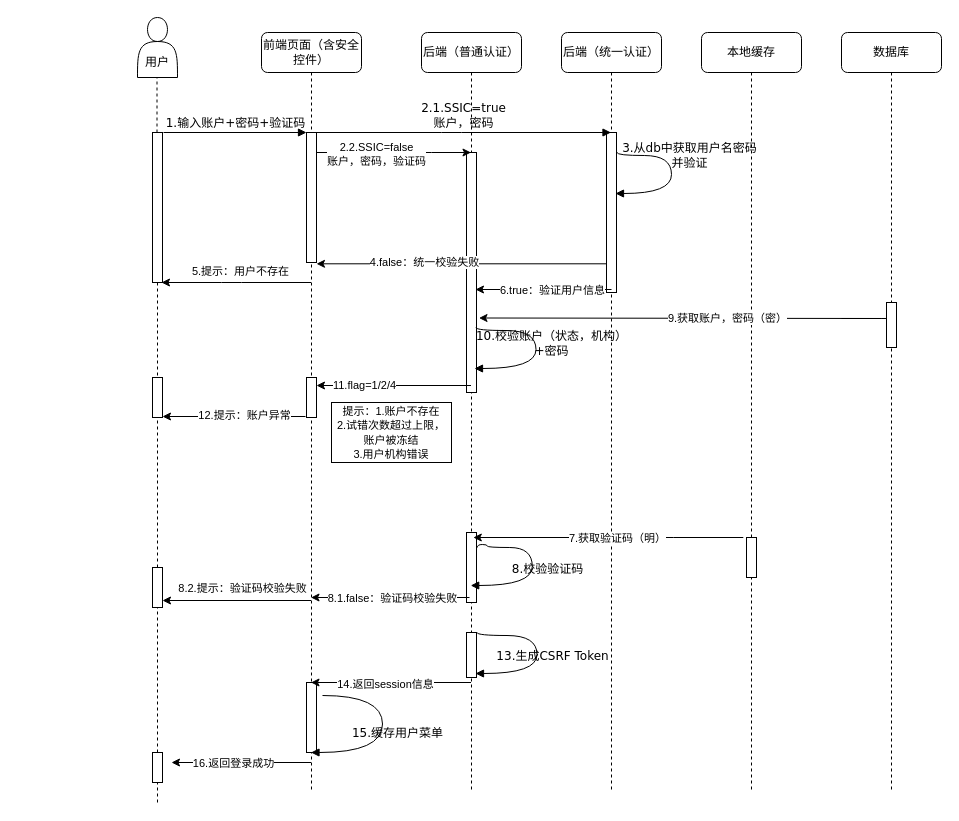
The draw.io diagram Untitled Diagram.drawio in qianxiaomai0316/TortoiseGitTest, before the edit. Source tidied: cells renumbered, new cells numbered last; positions are measured from the earlier drawing's top-left corner, leaving out a move shared by most shapes. Both pictures are drawn from the tidied source at 100%, with x=0, y=0 at pixel (137, 17).
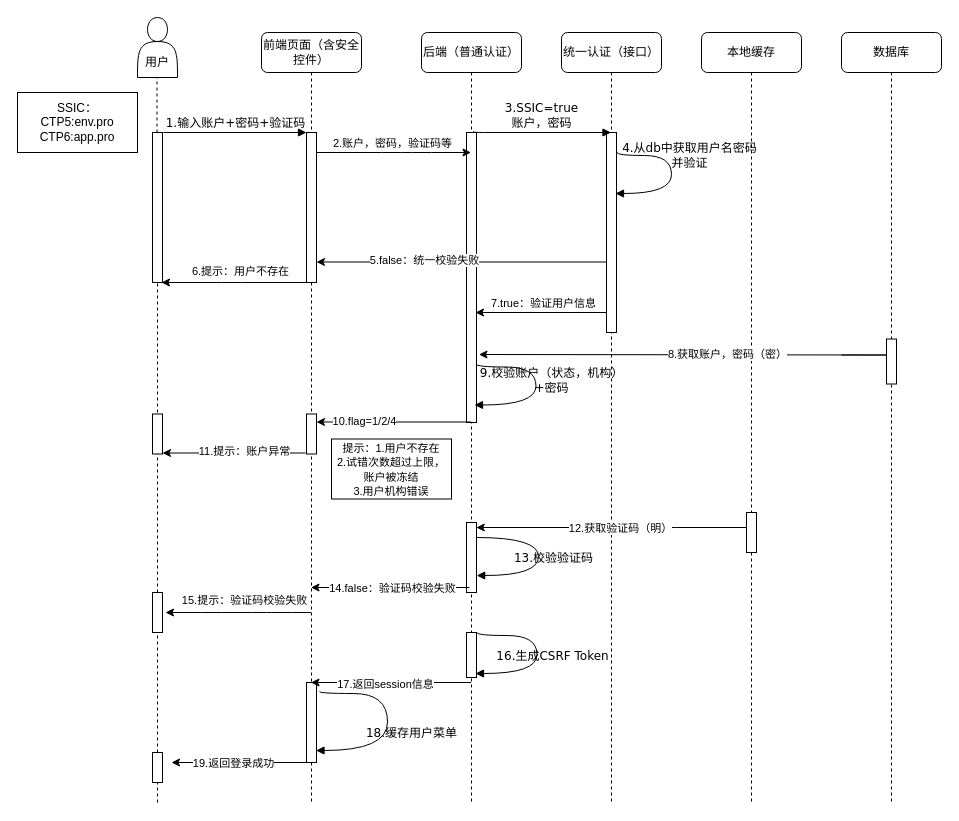
Above is the later version.

Unchanged cells that the change refers to:
```xml
<mxCell id="20" style="endArrow=classic;html=1;strokeColor=#000000;" parent="1" edge="1" source="3" target="6">
  <mxGeometry relative="1" as="geometry">
    <Array as="points">
      <mxPoint x="254" y="135" />
      <mxPoint x="284" y="135" />
    </Array>
  </mxGeometry>
</mxCell>
<mxCell id="24" style="endArrow=classic;html=1;strokeColor=#000000;" parent="1" edge="1" source="2">
  <mxGeometry relative="1" as="geometry">
    <mxPoint x="24" y="265" as="targetPoint" />
    <Array as="points">
      <mxPoint x="94" y="265" />
    </Array>
  </mxGeometry>
</mxCell>
<mxCell id="43" style="endArrow=classic;html=1;strokeColor=#000000;exitX=-0.1;exitY=0.975;exitDx=0;exitDy=0;exitPerimeter=0;" parent="1" edge="1" source="4" target="42">
  <mxGeometry relative="1" as="geometry" />
</mxCell>
<mxCell id="47" style="endArrow=classic;html=1;strokeColor=#000000;" parent="1" edge="1">
  <mxGeometry relative="1" as="geometry">
    <mxPoint x="333.5" y="665" as="sourcePoint" />
    <mxPoint x="173.5" y="665" as="targetPoint" />
    <Array as="points">
      <mxPoint x="214" y="665" />
    </Array>
  </mxGeometry>
</mxCell>
<mxCell id="52" style="endArrow=classic;html=1;strokeColor=#000000;" parent="1" edge="1">
  <mxGeometry relative="1" as="geometry">
    <mxPoint x="173.5" y="745" as="sourcePoint" />
    <mxPoint x="34" y="745" as="targetPoint" />
    <Array as="points">
      <mxPoint x="124" y="745" />
    </Array>
  </mxGeometry>
</mxCell>
```

The edit, as a diff of the source:
```diff
@@
     <mxCell id="2" value="前端页面（含安全控件）" style="shape=umlLifeline;perimeter=lifelinePerimeter;whiteSpace=wrap;html=1;outlineConnect=0;rounded=1;shadow=0;comic=0;labelBackgroundColor=none;strokeWidth=1;fontFamily=Verdana;fontSize=12;align=center;" parent="1" vertex="1">
-      <mxGeometry x="124" y="15" width="100" height="760" as="geometry" />
+      <mxGeometry x="124" y="15" width="100" height="770" as="geometry" />
     </mxCell>
     <mxCell id="3" style="html=1;points=[];perimeter=orthogonalPerimeter;rounded=0;shadow=0;comic=0;labelBackgroundColor=none;strokeWidth=1;fontFamily=Verdana;fontSize=12;align=center;" parent="2" vertex="1">
-      <mxGeometry x="45" y="100" width="10" height="130" as="geometry" />
+      <mxGeometry x="45" y="100" width="10" height="150" as="geometry" />
     </mxCell>
     <mxCell id="4" style="html=1;points=[];perimeter=orthogonalPerimeter;rounded=0;shadow=0;comic=0;labelBackgroundColor=none;strokeWidth=1;fontFamily=Verdana;fontSize=12;align=center;" parent="2" vertex="1">
-      <mxGeometry x="45" y="345" width="10" height="40" as="geometry" />
+      <mxGeometry x="45" y="381.5" width="10" height="40" as="geometry" />
     </mxCell>
     <mxCell id="5" style="html=1;points=[];perimeter=orthogonalPerimeter;rounded=0;shadow=0;comic=0;labelBackgroundColor=none;strokeWidth=1;fontFamily=Verdana;fontSize=12;align=center;" parent="2" vertex="1">
-      <mxGeometry x="45" y="650" width="10" height="70" as="geometry" />
+      <mxGeometry x="45" y="650" width="10" height="80" as="geometry" />
     </mxCell>
     <mxCell id="6" value="后端（普通认证）" style="shape=umlLifeline;perimeter=lifelinePerimeter;whiteSpace=wrap;html=1;outlineConnect=0;rounded=1;shadow=0;comic=0;labelBackgroundColor=none;strokeWidth=1;fontFamily=Verdana;fontSize=12;align=center;" parent="1" vertex="1">
-      <mxGeometry x="284" y="15" width="100" height="760" as="geometry" />
+      <mxGeometry x="284" y="15" width="100" height="770" as="geometry" />
     </mxCell>
     <mxCell id="7" style="html=1;points=[];perimeter=orthogonalPerimeter;rounded=0;shadow=0;comic=0;labelBackgroundColor=none;strokeWidth=1;fontFamily=Verdana;fontSize=12;align=center;" parent="6" vertex="1">
-      <mxGeometry x="45" y="120" width="10" height="240" as="geometry" />
+      <mxGeometry x="45" y="100" width="10" height="290" as="geometry" />
     </mxCell>
@@
     <mxCell id="9" style="html=1;perimeter=orthogonalPerimeter;rounded=0;shadow=0;comic=0;labelBackgroundColor=none;strokeWidth=1;fontFamily=Verdana;fontSize=12;align=center;" parent="6" vertex="1">
-      <mxGeometry x="45" y="500" width="10" height="70" as="geometry" />
+      <mxGeometry x="45" y="490" width="10" height="70" as="geometry" />
     </mxCell>
-    <mxCell id="10" value="后端（统一认证）" style="shape=umlLifeline;perimeter=lifelinePerimeter;whiteSpace=wrap;html=1;outlineConnect=0;rounded=1;shadow=0;comic=0;labelBackgroundColor=none;strokeWidth=1;fontFamily=Verdana;fontSize=12;align=center;" parent="1" vertex="1">
-      <mxGeometry x="424" y="15" width="100" height="760" as="geometry" />
+    <mxCell id="10" value="统一认证（接口）" style="shape=umlLifeline;perimeter=lifelinePerimeter;whiteSpace=wrap;html=1;outlineConnect=0;rounded=1;shadow=0;comic=0;labelBackgroundColor=none;strokeWidth=1;fontFamily=Verdana;fontSize=12;align=center;" parent="1" vertex="1">
+      <mxGeometry x="424" y="15" width="100" height="770" as="geometry" />
     </mxCell>
     <mxCell id="11" style="html=1;points=[];perimeter=orthogonalPerimeter;rounded=0;shadow=0;comic=0;labelBackgroundColor=none;strokeWidth=1;fontFamily=Verdana;fontSize=12;align=center;" parent="10" vertex="1">
-      <mxGeometry x="45" y="100" width="10" height="160" as="geometry" />
+      <mxGeometry x="45" y="100" width="10" height="200" as="geometry" />
     </mxCell>
     <mxCell id="12" value="本地缓存" style="shape=umlLifeline;perimeter=lifelinePerimeter;whiteSpace=wrap;html=1;rounded=1;shadow=0;comic=0;labelBackgroundColor=none;strokeWidth=1;fontFamily=Verdana;fontSize=12;align=center;" parent="1" vertex="1">
-      <mxGeometry x="564" y="15" width="100" height="760" as="geometry" />
+      <mxGeometry x="564" y="15" width="100" height="770" as="geometry" />
     </mxCell>
     <mxCell id="13" style="html=1;perimeter=orthogonalPerimeter;rounded=0;shadow=0;comic=0;labelBackgroundColor=none;strokeWidth=1;fontFamily=Verdana;fontSize=12;align=center;" parent="12" vertex="1">
-      <mxGeometry x="45" y="505" width="10" height="40" as="geometry" />
+      <mxGeometry x="45" y="480" width="10" height="40" as="geometry" />
     </mxCell>
     <mxCell id="14" value="数据库" style="shape=umlLifeline;perimeter=lifelinePerimeter;whiteSpace=wrap;html=1;rounded=1;shadow=0;comic=0;labelBackgroundColor=none;strokeWidth=1;fontFamily=Verdana;fontSize=12;align=center;" parent="1" vertex="1">
-      <mxGeometry x="704" y="15" width="100" height="760" as="geometry" />
+      <mxGeometry x="704" y="15" width="100" height="770" as="geometry" />
     </mxCell>
     <mxCell id="15" style="html=1;perimeter=orthogonalPerimeter;rounded=0;shadow=0;comic=0;labelBackgroundColor=none;strokeWidth=1;fontFamily=Verdana;fontSize=12;align=center;" parent="14" vertex="1">
-      <mxGeometry x="45" y="270" width="10" height="45" as="geometry" />
+      <mxGeometry x="45" y="306.5" width="10" height="45" as="geometry" />
     </mxCell>
@@
-    <mxCell id="17" value="2.1.SSIC=true&lt;br&gt;账户，密码" style="html=1;verticalAlign=bottom;endArrow=block;labelBackgroundColor=none;fontFamily=Verdana;fontSize=12;edgeStyle=elbowEdgeStyle;elbow=vertical;" parent="1" edge="1" source="3" target="10">
+    <mxCell id="17" value="3.SSIC=true&lt;br&gt;账户，密码" style="html=1;verticalAlign=bottom;endArrow=block;labelBackgroundColor=none;fontFamily=Verdana;fontSize=12;edgeStyle=elbowEdgeStyle;elbow=vertical;exitX=0.7;exitY=-0.004;exitDx=0;exitDy=0;exitPerimeter=0;" parent="1" edge="1" source="7" target="10">
       <mxGeometry relative="1" as="geometry">
         <Array as="points">
-          <mxPoint x="314" y="115" />
           <mxPoint x="444" y="115" />
         </Array>
       </mxGeometry>
     </mxCell>
@@
-    <mxCell id="21" value="2.2.SSIC=false&lt;br&gt;账户，密码，验证码" style="edgeLabel;html=1;align=center;verticalAlign=middle;" parent="20" vertex="1">
-      <mxGeometry x="-0.24" y="-1" relative="1" as="geometry" />
+    <mxCell id="21" value="2.账户，密码，验证码等" style="edgeLabel;html=1;align=center;verticalAlign=middle;" parent="20" vertex="1">
+      <mxGeometry x="-0.24" y="-1" relative="1" as="geometry">
+        <mxPoint x="16" y="-11" as="offset" />
+      </mxGeometry>
     </mxCell>
-    <mxCell id="22" style="endArrow=classic;html=1;strokeColor=#000000;entryX=1;entryY=1.01;entryDx=0;entryDy=0;entryPerimeter=0;" parent="1" edge="1" source="11" target="3">
-      <mxGeometry relative="1" as="geometry" />
+    <mxCell id="22" style="endArrow=classic;html=1;strokeColor=#000000;entryX=1;entryY=1.01;entryDx=0;entryDy=0;entryPerimeter=0;" parent="1" edge="1">
+      <mxGeometry relative="1" as="geometry">
+        <mxPoint x="469" y="244.5" as="sourcePoint" />
+        <mxPoint x="179" y="244.5" as="targetPoint" />
+      </mxGeometry>
     </mxCell>
-    <mxCell id="23" value="4.false：统一校验失败" style="edgeLabel;html=1;align=center;verticalAlign=middle;" parent="22" vertex="1">
+    <mxCell id="23" value="5.false：统一校验失败" style="edgeLabel;html=1;align=center;verticalAlign=middle;" parent="22" vertex="1">
       <mxGeometry x="0.26" y="-2" relative="1" as="geometry" />
     </mxCell>
@@
-    <mxCell id="25" value="5.提示：用户不存在" style="edgeLabel;html=1;align=center;verticalAlign=middle;" parent="24" vertex="1">
+    <mxCell id="25" value="6.提示：用户不存在" style="edgeLabel;html=1;align=center;verticalAlign=middle;" parent="24" vertex="1">
       <mxGeometry x="-0.05" y="2" relative="1" as="geometry">
         <mxPoint y="-14" as="offset" />
       </mxGeometry>
     </mxCell>
@@
     <mxCell id="28" style="endArrow=classic;html=1;strokeColor=#000000;exitX=0.5;exitY=0.25;exitDx=0;exitDy=0;exitPerimeter=0;" parent="1" edge="1">
       <mxGeometry relative="1" as="geometry">
-        <mxPoint x="605.8" y="520" as="sourcePoint" />
-        <mxPoint x="335.8" y="520" as="targetPoint" />
+        <mxPoint x="608.8" y="510" as="sourcePoint" />
+        <mxPoint x="338.8" y="510" as="targetPoint" />
         <Array as="points">
-          <mxPoint x="525.8" y="520" />
+          <mxPoint x="528.8" y="510" />
         </Array>
       </mxGeometry>
     </mxCell>
-    <mxCell id="29" value="7.获取验证码（明）" style="edgeLabel;html=1;align=center;verticalAlign=middle;" parent="28" vertex="1">
+    <mxCell id="29" value="12.获取验证码（明）" style="edgeLabel;html=1;align=center;verticalAlign=middle;" parent="28" vertex="1">
       <mxGeometry x="0.7" y="-1" relative="1" as="geometry">
         <mxPoint x="103" y="1" as="offset" />
       </mxGeometry>
     </mxCell>
     <mxCell id="30" style="endArrow=classic;html=1;strokeColor=#000000;" parent="1" edge="1">
       <mxGeometry relative="1" as="geometry">
-        <mxPoint x="704" y="301" as="sourcePoint" />
-        <mxPoint x="341.5" y="300.5" as="targetPoint" />
+        <mxPoint x="704" y="337.5" as="sourcePoint" />
+        <mxPoint x="341.5" y="337" as="targetPoint" />
         <Array as="points">
-          <mxPoint x="754" y="301" />
+          <mxPoint x="754" y="337.5" />
         </Array>
       </mxGeometry>
     </mxCell>
-    <mxCell id="31" value="9.获取账户，密码（密）" style="edgeLabel;html=1;align=center;verticalAlign=middle;" parent="30" vertex="1">
+    <mxCell id="31" value="8.获取账户，密码（密）" style="edgeLabel;html=1;align=center;verticalAlign=middle;" parent="30" vertex="1">
       <mxGeometry x="0.48" y="1" relative="1" as="geometry">
         <mxPoint x="128" y="-1.6" as="offset" />
       </mxGeometry>
     </mxCell>
-    <mxCell id="32" value="8.校验验证码" style="html=1;verticalAlign=bottom;endArrow=block;labelBackgroundColor=none;fontFamily=Verdana;fontSize=12;elbow=vertical;edgeStyle=orthogonalEdgeStyle;curved=1;" parent="1" edge="1">
+    <mxCell id="32" value="13.校验验证码" style="html=1;verticalAlign=bottom;endArrow=block;labelBackgroundColor=none;fontFamily=Verdana;fontSize=12;elbow=vertical;edgeStyle=orthogonalEdgeStyle;curved=1;" parent="1" edge="1">
       <mxGeometry x="0.14" y="15" relative="1" as="geometry">
-        <mxPoint x="339.8" y="530" as="sourcePoint" />
-        <mxPoint x="333.2" y="568" as="targetPoint" />
+        <mxPoint x="339" y="520" as="sourcePoint" />
+        <mxPoint x="339.2" y="558" as="targetPoint" />
         <Array as="points">
-          <mxPoint x="349.8" y="527" />
-          <mxPoint x="349.8" y="530" />
-          <mxPoint x="394.8" y="530" />
-          <mxPoint x="394.8" y="568" />
+          <mxPoint x="401" y="520" />
+          <mxPoint x="401" y="558" />
         </Array>
       </mxGeometry>
     </mxCell>
     <mxCell id="33" style="endArrow=classic;html=1;strokeColor=#000000;exitX=0.3;exitY=0.995;exitDx=0;exitDy=0;exitPerimeter=0;" parent="1" edge="1">
       <mxGeometry relative="1" as="geometry">
-        <mxPoint x="332" y="580" as="sourcePoint" />
-        <mxPoint x="173.5" y="580" as="targetPoint" />
+        <mxPoint x="332" y="570" as="sourcePoint" />
+        <mxPoint x="173.5" y="570" as="targetPoint" />
       </mxGeometry>
     </mxCell>
-    <mxCell id="34" value="8.1.false：验证码校验失败" style="edgeLabel;html=1;align=center;verticalAlign=middle;" parent="33" vertex="1">
+    <mxCell id="34" value="14.false：验证码校验失败" style="edgeLabel;html=1;align=center;verticalAlign=middle;" parent="33" vertex="1">
       <mxGeometry x="0.6" y="-1" relative="1" as="geometry">
         <mxPoint x="49" y="1" as="offset" />
       </mxGeometry>
     </mxCell>
     <mxCell id="35" style="html=1;points=[];perimeter=orthogonalPerimeter;rounded=0;shadow=0;comic=0;labelBackgroundColor=none;strokeWidth=1;fontFamily=Verdana;fontSize=12;align=center;" parent="1" vertex="1">
-      <mxGeometry x="15" y="550" width="10" height="40" as="geometry" />
+      <mxGeometry x="15" y="575" width="10" height="40" as="geometry" />
     </mxCell>
@@
-    <mxCell id="37" style="endArrow=classic;html=1;strokeColor=#000000;entryX=1;entryY=0.825;entryDx=0;entryDy=0;entryPerimeter=0;" parent="1" edge="1" target="35">
+    <mxCell id="37" style="endArrow=classic;html=1;strokeColor=#000000;" parent="1" edge="1">
       <mxGeometry relative="1" as="geometry">
-        <mxPoint x="173.5" y="583" as="sourcePoint" />
+        <mxPoint x="173.5" y="595" as="sourcePoint" />
+        <mxPoint x="28" y="595" as="targetPoint" />
+        <Array as="points">
+          <mxPoint x="144" y="595" />
+          <mxPoint x="124" y="595" />
+          <mxPoint x="74" y="595" />
+        </Array>
       </mxGeometry>
     </mxCell>
-    <mxCell id="38" value="8.2.提示：验证码校验失败" style="edgeLabel;html=1;align=center;verticalAlign=middle;" parent="37" vertex="1">
+    <mxCell id="38" value="15.提示：验证码校验失败" style="edgeLabel;html=1;align=center;verticalAlign=middle;" parent="37" vertex="1">
       <mxGeometry x="0.3" y="1" relative="1" as="geometry">
         <mxPoint x="27.5" y="-14" as="offset" />
       </mxGeometry>
     </mxCell>
-    <mxCell id="39" value="10.校验账户（状态，机构）&lt;br&gt;+密码" style="html=1;verticalAlign=bottom;endArrow=block;labelBackgroundColor=none;fontFamily=Verdana;fontSize=12;elbow=vertical;edgeStyle=orthogonalEdgeStyle;curved=1;exitX=1;exitY=0.685;exitDx=0;exitDy=0;exitPerimeter=0;" parent="1" edge="1">
+    <mxCell id="39" value="9.校验账户（状态，机构）&lt;br&gt;+密码" style="html=1;verticalAlign=bottom;endArrow=block;labelBackgroundColor=none;fontFamily=Verdana;fontSize=12;elbow=vertical;edgeStyle=orthogonalEdgeStyle;curved=1;exitX=1;exitY=0.685;exitDx=0;exitDy=0;exitPerimeter=0;" parent="1" edge="1">
       <mxGeometry x="0.14" y="15" relative="1" as="geometry">
-        <mxPoint x="338.5" y="310" as="sourcePoint" />
-        <mxPoint x="337" y="351" as="targetPoint" />
+        <mxPoint x="338.5" y="346.5" as="sourcePoint" />
+        <mxPoint x="337" y="387.5" as="targetPoint" />
         <Array as="points">
-          <mxPoint x="338.5" y="313" />
-          <mxPoint x="398.5" y="313" />
-          <mxPoint x="398.5" y="351" />
+          <mxPoint x="338.5" y="349.5" />
+          <mxPoint x="398.5" y="349.5" />
+          <mxPoint x="398.5" y="387.5" />
         </Array>
       </mxGeometry>
     </mxCell>
     <mxCell id="40" style="endArrow=classic;html=1;strokeColor=#000000;" parent="1" edge="1">
       <mxGeometry relative="1" as="geometry">
-        <mxPoint x="333.5" y="368" as="sourcePoint" />
-        <mxPoint x="179" y="368" as="targetPoint" />
+        <mxPoint x="333.5" y="404.5" as="sourcePoint" />
+        <mxPoint x="179" y="404.5" as="targetPoint" />
       </mxGeometry>
     </mxCell>
-    <mxCell id="41" value="11.flag=1/2/4" style="edgeLabel;html=1;align=center;verticalAlign=middle;" parent="40" vertex="1">
+    <mxCell id="41" value="10.flag=1/2/4" style="edgeLabel;html=1;align=center;verticalAlign=middle;" parent="40" vertex="1">
       <mxGeometry x="0.38" y="-1" relative="1" as="geometry" />
     </mxCell>
     <mxCell id="42" style="html=1;points=[];perimeter=orthogonalPerimeter;rounded=0;shadow=0;comic=0;labelBackgroundColor=none;strokeWidth=1;fontFamily=Verdana;fontSize=12;align=center;" parent="1" vertex="1">
-      <mxGeometry x="15" y="360" width="10" height="40" as="geometry" />
+      <mxGeometry x="15" y="396.5" width="10" height="40" as="geometry" />
     </mxCell>
@@
-    <mxCell id="44" value="12.提示：账户异常" style="edgeLabel;html=1;align=center;verticalAlign=middle;" parent="43" vertex="1">
+    <mxCell id="44" value="11.提示：账户异常" style="edgeLabel;html=1;align=center;verticalAlign=middle;" parent="43" vertex="1">
       <mxGeometry x="-0.13" y="-2" relative="1" as="geometry" />
     </mxCell>
-    <mxCell id="45" value="&lt;span style=&quot;font-size: 11px ; background-color: rgb(255 , 255 , 255)&quot;&gt;提示：1.账户不存在&lt;/span&gt;&lt;br style=&quot;font-size: 11px&quot;&gt;&lt;span style=&quot;font-size: 11px ; background-color: rgb(255 , 255 , 255)&quot;&gt;2.试错次数超过上限，账户被冻结&lt;br&gt;&lt;/span&gt;&lt;span style=&quot;font-size: 11px ; background-color: rgb(255 , 255 , 255)&quot;&gt;3.用户机构错误&lt;/span&gt;" style="whiteSpace=wrap;html=1;" parent="1" vertex="1">
-      <mxGeometry x="194" y="385" width="120" height="60" as="geometry" />
+    <mxCell id="45" value="&lt;span style=&quot;font-size: 11px ; background-color: rgb(255 , 255 , 255)&quot;&gt;提示：1.用户不存在&lt;/span&gt;&lt;br style=&quot;font-size: 11px&quot;&gt;&lt;span style=&quot;font-size: 11px ; background-color: rgb(255 , 255 , 255)&quot;&gt;2.试错次数超过上限，账户被冻结&lt;br&gt;&lt;/span&gt;&lt;span style=&quot;font-size: 11px ; background-color: rgb(255 , 255 , 255)&quot;&gt;3.用户机构错误&lt;/span&gt;" style="whiteSpace=wrap;html=1;" parent="1" vertex="1">
+      <mxGeometry x="194" y="421.5" width="120" height="60" as="geometry" />
     </mxCell>
-    <mxCell id="46" value="13.生成CSRF Token" style="html=1;verticalAlign=bottom;endArrow=block;labelBackgroundColor=none;fontFamily=Verdana;fontSize=12;elbow=vertical;edgeStyle=orthogonalEdgeStyle;curved=1;exitX=1;exitY=0.685;exitDx=0;exitDy=0;exitPerimeter=0;" parent="1" edge="1">
+    <mxCell id="46" value="16.生成CSRF Token" style="html=1;verticalAlign=bottom;endArrow=block;labelBackgroundColor=none;fontFamily=Verdana;fontSize=12;elbow=vertical;edgeStyle=orthogonalEdgeStyle;curved=1;exitX=1;exitY=0.685;exitDx=0;exitDy=0;exitPerimeter=0;" parent="1" edge="1">
       <mxGeometry x="0.14" y="15" relative="1" as="geometry">
         <mxPoint x="339.5" y="615" as="sourcePoint" />
         <mxPoint x="338" y="656" as="targetPoint" />
         <Array as="points">
           <mxPoint x="339.5" y="618" />
           <mxPoint x="399.5" y="618" />
           <mxPoint x="399.5" y="656" />
         </Array>
       </mxGeometry>
     </mxCell>
@@
-    <mxCell id="48" value="14.返回session信息" style="edgeLabel;html=1;align=center;verticalAlign=middle;" parent="47" vertex="1">
+    <mxCell id="48" value="17.返回session信息" style="edgeLabel;html=1;align=center;verticalAlign=middle;" parent="47" vertex="1">
       <mxGeometry x="0.09" y="1" relative="1" as="geometry">
         <mxPoint x="1" as="offset" />
       </mxGeometry>
     </mxCell>
-    <mxCell id="49" value="15.缓存用户菜单" style="html=1;verticalAlign=bottom;endArrow=block;labelBackgroundColor=none;fontFamily=Verdana;fontSize=12;elbow=vertical;edgeStyle=orthogonalEdgeStyle;curved=1;" parent="1" edge="1">
-      <mxGeometry x="0.14" y="15" relative="1" as="geometry">
-        <mxPoint x="185" y="678" as="sourcePoint" />
-        <mxPoint x="173.5" y="735" as="targetPoint" />
+    <mxCell id="49" value="18.缓存用户菜单" style="html=1;verticalAlign=bottom;endArrow=block;labelBackgroundColor=none;fontFamily=Verdana;fontSize=12;elbow=vertical;edgeStyle=orthogonalEdgeStyle;curved=1;exitX=1.3;exitY=0.113;exitDx=0;exitDy=0;exitPerimeter=0;" parent="1" edge="1" source="5">
+      <mxGeometry x="0.2" y="24" relative="1" as="geometry">
+        <mxPoint x="178.5" y="733" as="targetPoint" />
         <Array as="points">
-          <mxPoint x="245" y="678" />
-          <mxPoint x="245" y="735" />
+          <mxPoint x="182" y="676" />
+          <mxPoint x="250" y="676" />
+          <mxPoint x="250" y="733" />
         </Array>
       </mxGeometry>
     </mxCell>
@@
-    <mxCell id="53" value="16.返回登录成功" style="edgeLabel;html=1;align=center;verticalAlign=middle;" parent="52" vertex="1">
+    <mxCell id="53" value="19.返回登录成功" style="edgeLabel;html=1;align=center;verticalAlign=middle;" parent="52" vertex="1">
       <mxGeometry x="0.67" y="-2" relative="1" as="geometry">
         <mxPoint x="37.5" y="2" as="offset" />
       </mxGeometry>
     </mxCell>
-    <mxCell id="54" value="3.从db中获取用户名密码&lt;br&gt;并验证" style="html=1;verticalAlign=bottom;endArrow=block;labelBackgroundColor=none;fontFamily=Verdana;fontSize=12;elbow=vertical;edgeStyle=orthogonalEdgeStyle;curved=1;exitX=1;exitY=0.685;exitDx=0;exitDy=0;exitPerimeter=0;" parent="1" edge="1">
+    <mxCell id="54" value="4.从db中获取用户名密码&lt;br&gt;并验证" style="html=1;verticalAlign=bottom;endArrow=block;labelBackgroundColor=none;fontFamily=Verdana;fontSize=12;elbow=vertical;edgeStyle=orthogonalEdgeStyle;curved=1;exitX=1;exitY=0.685;exitDx=0;exitDy=0;exitPerimeter=0;" parent="1" edge="1">
       <mxGeometry x="-0.02" y="18" relative="1" as="geometry">
         <mxPoint x="479.5" y="135" as="sourcePoint" />
         <mxPoint x="478" y="176" as="targetPoint" />
         <Array as="points">
           <mxPoint x="480" y="138" />
           <mxPoint x="534" y="138" />
           <mxPoint x="534" y="176" />
         </Array>
       </mxGeometry>
     </mxCell>
-    <mxCell id="55" style="endArrow=classic;html=1;strokeColor=#000000;" parent="1" edge="1">
+    <mxCell id="55" style="endArrow=classic;html=1;strokeColor=#000000;exitX=0;exitY=0.9;exitDx=0;exitDy=0;exitPerimeter=0;" parent="1" edge="1" source="11">
       <mxGeometry relative="1" as="geometry">
-        <mxPoint x="474" y="272" as="sourcePoint" />
-        <mxPoint x="338" y="272" as="targetPoint" />
+        <mxPoint x="338" y="295" as="targetPoint" />
       </mxGeometry>
     </mxCell>
-    <mxCell id="56" value="6.true：验证用户信息" style="edgeLabel;html=1;align=center;verticalAlign=middle;" parent="55" vertex="1">
+    <mxCell id="56" value="7.true：验证用户信息" style="edgeLabel;html=1;align=center;verticalAlign=middle;" parent="55" vertex="1">
       <mxGeometry x="0.38" y="-1" relative="1" as="geometry">
-        <mxPoint x="34" y="1" as="offset" />
+        <mxPoint x="26" y="-9" as="offset" />
       </mxGeometry>
     </mxCell>
+    <mxCell id="57" value="SSIC：&lt;br&gt;CTP5:env.pro&lt;br&gt;CTP6:app.pro" style="whiteSpace=wrap;html=1;" parent="1" vertex="1">
+      <mxGeometry x="-120" y="75" width="120" height="60" as="geometry" />
+    </mxCell>
```
